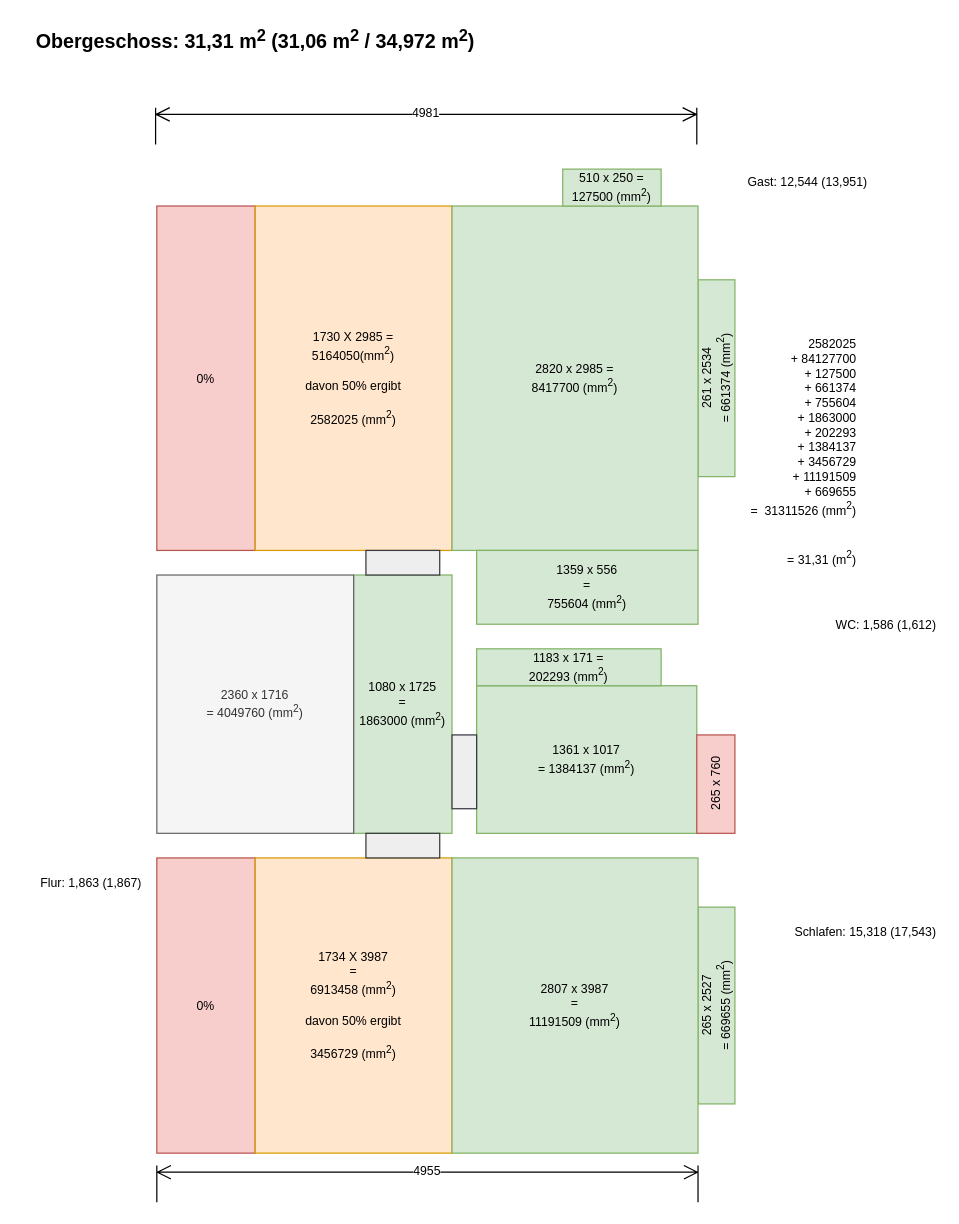
episcopus2001/wohnflaeche keeps this draw.io diagram as page "Obergeschoss" (2 of 2) of ruderzimmer.drawio. Above is the earlier version. Source tidied: cells renumbered, new cells numbered last; positions are measured from the earlier drawing's top-left corner, leaving out a move shared by most shapes. Both pictures are drawn from the tidied source at 123%, with x=0, y=0 at pixel (21, 21).
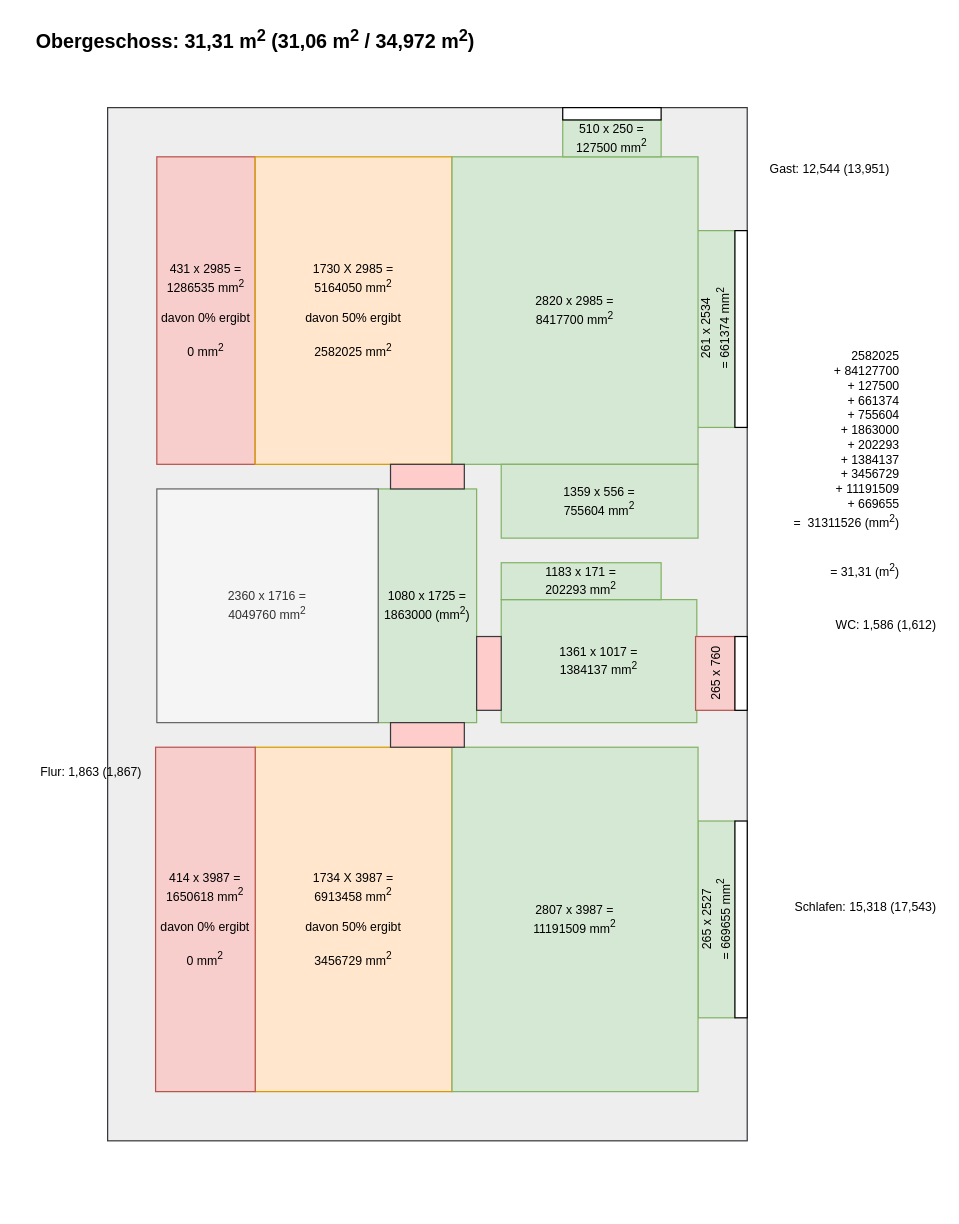
After the change.

The edit, as a diff of the source:
```diff
@@
+    <mxCell id="28" style="rounded=0;whiteSpace=wrap;html=1;fillStyle=auto;fillColor=#eeeeee;strokeColor=#36393d;" parent="1" vertex="1">
+      <mxGeometry x="70" y="70" width="520" height="840" as="geometry" />
+    </mxCell>
@@
-    <mxCell id="3" value="0%" style="rounded=0;whiteSpace=wrap;html=1;fillColor=#f8cecc;strokeColor=#b85450;fontSize=10;" parent="1" vertex="1">
-      <mxGeometry x="110" y="680" width="80" height="240" as="geometry" />
-    </mxCell>
-    <mxCell id="4" value="265 x 2527&lt;br&gt;= 669655 (mm&lt;sup&gt;2&lt;/sup&gt;)" style="rounded=0;whiteSpace=wrap;html=1;fillColor=#d5e8d4;strokeColor=#82b366;fontSize=10;horizontal=0;" parent="1" vertex="1">
-      <mxGeometry x="550" y="720" width="30" height="160" as="geometry" />
+    <mxCell id="4" value="265 x 2527&lt;br&gt;= 669655 mm&lt;sup&gt;2&lt;/sup&gt;" style="rounded=0;whiteSpace=wrap;html=1;fillColor=#d5e8d4;strokeColor=#82b366;fontSize=10;horizontal=0;" parent="1" vertex="1">
+      <mxGeometry x="550" y="650" width="30" height="160" as="geometry" />
     </mxCell>
-    <mxCell id="5" value="1734 X 3987&lt;br&gt;=&lt;br&gt;6913458 (mm&lt;sup&gt;2&lt;/sup&gt;) &lt;br&gt;&lt;br&gt;&lt;div&gt;davon 50% ergibt&lt;/div&gt;&lt;div&gt;&lt;br&gt;&lt;/div&gt;&lt;div&gt;3456729 (mm&lt;sup&gt;2&lt;/sup&gt;)&lt;/div&gt;" style="rounded=0;whiteSpace=wrap;html=1;fillColor=#ffe6cc;strokeColor=#d79b00;fontSize=10;" parent="1" vertex="1">
-      <mxGeometry x="190" y="680" width="160" height="240" as="geometry" />
+    <mxCell id="5" value="1734 X 3987 =&lt;br&gt;6913458 mm&lt;sup&gt;2&lt;/sup&gt;&lt;br&gt;&lt;br&gt;&lt;div&gt;davon 50% ergibt&lt;/div&gt;&lt;div&gt;&lt;br&gt;&lt;/div&gt;&lt;div&gt;3456729 mm&lt;sup&gt;2&lt;/sup&gt;&lt;/div&gt;" style="rounded=0;whiteSpace=wrap;html=1;fillColor=#ffe6cc;strokeColor=#d79b00;fontSize=10;" parent="1" vertex="1">
+      <mxGeometry x="190" y="590" width="160" height="280" as="geometry" />
     </mxCell>
-    <mxCell id="6" value="2807 x 3987&lt;br&gt;=&lt;br&gt;11191509 (mm&lt;sup&gt;2&lt;/sup&gt;)" style="rounded=0;whiteSpace=wrap;html=1;fillColor=#d5e8d4;strokeColor=#82b366;fontSize=10;" parent="1" vertex="1">
-      <mxGeometry x="350" y="680" width="200" height="240" as="geometry" />
+    <mxCell id="6" value="2807 x 3987 =&lt;br&gt;11191509 mm&lt;sup&gt;2&lt;/sup&gt;" style="rounded=0;whiteSpace=wrap;html=1;fillColor=#d5e8d4;strokeColor=#82b366;fontSize=10;" parent="1" vertex="1">
+      <mxGeometry x="350" y="590" width="200" height="280" as="geometry" />
     </mxCell>
     <mxCell id="7" value="2582025&lt;br&gt;+ 84127700&lt;br&gt;+ 127500&lt;br&gt;+ 661374&lt;br&gt;+ 755604&lt;br&gt;+ 1863000&lt;br&gt;+ 202293&lt;br&gt;+ 1384137&lt;br&gt;+ 3456729&lt;br&gt;+ 11191509&lt;br&gt;+ 669655&lt;br&gt;&lt;div&gt;=&amp;nbsp; 31311526 (mm&lt;sup&gt;2&lt;/sup&gt;)&lt;br&gt;&lt;/div&gt;&lt;br&gt;&lt;br&gt;= 31,31 (m&lt;sup&gt;2&lt;/sup&gt;)" style="text;html=1;strokeColor=none;fillColor=none;align=right;verticalAlign=middle;whiteSpace=wrap;rounded=0;fontSize=10;fontColor=none;" parent="1" vertex="1">
-      <mxGeometry x="581" y="330" width="100" height="40" as="geometry" />
+      <mxGeometry x="616" y="340" width="100" height="40" as="geometry" />
     </mxCell>
-    <mxCell id="8" value="0%" style="rounded=0;whiteSpace=wrap;html=1;fillColor=#f8cecc;strokeColor=#b85450;fontSize=10;" parent="1" vertex="1">
-      <mxGeometry x="110" y="150" width="80" height="280" as="geometry" />
+    <mxCell id="8" value="&lt;div&gt;431 x 2985 =&lt;br&gt;1286535 mm&lt;sup&gt;2&lt;/sup&gt;&lt;br&gt;&lt;/div&gt;&lt;div&gt;&lt;br&gt;&lt;/div&gt;&lt;div&gt;davon 0% ergibt&lt;/div&gt;&lt;div&gt;&lt;br&gt;&lt;/div&gt;&lt;div&gt;0 mm&lt;sup&gt;2&lt;/sup&gt;&lt;br&gt;&lt;/div&gt;" style="rounded=0;whiteSpace=wrap;html=1;fillColor=#f8cecc;strokeColor=#b85450;fontSize=10;" parent="1" vertex="1">
+      <mxGeometry x="110" y="110" width="80" height="250" as="geometry" />
     </mxCell>
-    <mxCell id="9" value="261 x 2534&lt;br&gt;= 661374 (mm&lt;sup&gt;2&lt;/sup&gt;)" style="rounded=0;whiteSpace=wrap;html=1;fillColor=#d5e8d4;strokeColor=#82b366;fontSize=10;horizontal=0;" parent="1" vertex="1">
-      <mxGeometry x="550" y="210" width="30" height="160" as="geometry" />
+    <mxCell id="9" value="261 x 2534&lt;br&gt;= 661374 mm&lt;sup&gt;2&lt;/sup&gt;" style="rounded=0;whiteSpace=wrap;html=1;fillColor=#d5e8d4;strokeColor=#82b366;fontSize=10;horizontal=0;" parent="1" vertex="1">
+      <mxGeometry x="549" y="170" width="31" height="160" as="geometry" />
     </mxCell>
-    <mxCell id="10" value="1730 X 2985 =&lt;br&gt;5164050(mm&lt;sup&gt;2&lt;/sup&gt;) &lt;br&gt;&lt;br&gt;&lt;div&gt;davon 50% ergibt&lt;/div&gt;&lt;div&gt;&lt;br&gt;&lt;/div&gt;&lt;div&gt;2582025 (mm&lt;sup&gt;2&lt;/sup&gt;)&lt;/div&gt;" style="rounded=0;whiteSpace=wrap;html=1;fillColor=#ffe6cc;strokeColor=#d79b00;fontSize=10;" parent="1" vertex="1">
-      <mxGeometry x="190" y="150" width="160" height="280" as="geometry" />
+    <mxCell id="10" value="1730 X 2985 =&lt;br&gt;5164050 mm&lt;sup&gt;2&lt;/sup&gt;&lt;br&gt;&lt;br&gt;&lt;div&gt;davon 50% ergibt&lt;/div&gt;&lt;div&gt;&lt;br&gt;&lt;/div&gt;&lt;div&gt;2582025 mm&lt;sup&gt;2&lt;/sup&gt;&lt;/div&gt;" style="rounded=0;whiteSpace=wrap;html=1;fillColor=#ffe6cc;strokeColor=#d79b00;fontSize=10;" parent="1" vertex="1">
+      <mxGeometry x="190" y="110" width="160" height="250" as="geometry" />
     </mxCell>
-    <mxCell id="11" value="2820 x 2985 =&lt;br&gt;8417700 (mm&lt;sup&gt;2&lt;/sup&gt;)" style="rounded=0;whiteSpace=wrap;html=1;fillColor=#d5e8d4;strokeColor=#82b366;fontSize=10;" parent="1" vertex="1">
-      <mxGeometry x="350" y="150" width="200" height="280" as="geometry" />
+    <mxCell id="11" value="2820 x 2985 =&lt;br&gt;8417700 mm&lt;sup&gt;2&lt;/sup&gt;" style="rounded=0;whiteSpace=wrap;html=1;fillColor=#d5e8d4;strokeColor=#82b366;fontSize=10;" parent="1" vertex="1">
+      <mxGeometry x="350" y="110" width="200" height="250" as="geometry" />
     </mxCell>
-    <mxCell id="12" value="1080 x 1725&lt;br&gt;=&lt;br&gt;1863000 (mm&lt;sup&gt;2&lt;/sup&gt;)" style="rounded=0;whiteSpace=wrap;html=1;fillColor=#d5e8d4;strokeColor=#82b366;fontSize=10;" parent="1" vertex="1">
-      <mxGeometry x="270" y="450" width="80" height="210" as="geometry" />
+    <mxCell id="12" value="1080 x 1725 =&lt;br&gt;1863000 (mm&lt;sup&gt;2&lt;/sup&gt;)" style="rounded=0;whiteSpace=wrap;html=1;fillColor=#d5e8d4;strokeColor=#82b366;fontSize=10;" parent="1" vertex="1">
+      <mxGeometry x="290" y="380" width="80" height="190" as="geometry" />
     </mxCell>
-    <mxCell id="13" value="1361 x 1017&lt;br&gt;= 1384137  (mm&lt;sup&gt;2&lt;/sup&gt;)" style="rounded=0;whiteSpace=wrap;html=1;fillColor=#d5e8d4;strokeColor=#82b366;fontSize=10;" parent="1" vertex="1">
-      <mxGeometry x="370" y="540" width="179" height="120" as="geometry" />
+    <mxCell id="13" value="1361 x 1017 =&lt;br&gt;1384137 mm&lt;sup&gt;2&lt;/sup&gt;" style="rounded=0;whiteSpace=wrap;html=1;fillColor=#d5e8d4;strokeColor=#82b366;fontSize=10;" parent="1" vertex="1">
+      <mxGeometry x="390" y="470" width="159" height="100" as="geometry" />
     </mxCell>
-    <mxCell id="14" value="1183 x 171 =&lt;br&gt;202293 (mm&lt;sup&gt;2&lt;/sup&gt;)" style="rounded=0;whiteSpace=wrap;html=1;fillColor=#d5e8d4;strokeColor=#82b366;fontSize=10;" parent="1" vertex="1">
-      <mxGeometry x="370" y="510" width="150" height="30" as="geometry" />
+    <mxCell id="14" value="1183 x 171 =&lt;br&gt;202293 mm&lt;sup&gt;2&lt;/sup&gt;" style="rounded=0;whiteSpace=wrap;html=1;fillColor=#d5e8d4;strokeColor=#82b366;fontSize=10;" parent="1" vertex="1">
+      <mxGeometry x="390" y="440" width="130" height="30" as="geometry" />
     </mxCell>
     <mxCell id="15" value="265 x 760" style="rounded=0;whiteSpace=wrap;html=1;fillColor=#f8cecc;strokeColor=#b85450;fontSize=10;horizontal=0;" parent="1" vertex="1">
-      <mxGeometry x="549" y="580" width="31" height="80" as="geometry" />
+      <mxGeometry x="548" y="500" width="32" height="60" as="geometry" />
     </mxCell>
-    <mxCell id="16" value="1359 x 556&lt;br&gt;=&lt;br&gt;755604 (mm&lt;sup&gt;2&lt;/sup&gt;)" style="rounded=0;whiteSpace=wrap;html=1;fillColor=#d5e8d4;strokeColor=#82b366;fontSize=10;" parent="1" vertex="1">
-      <mxGeometry x="370" y="430" width="180" height="60" as="geometry" />
+    <mxCell id="16" value="1359 x 556 =&lt;br&gt;755604 mm&lt;sup&gt;2&lt;/sup&gt;" style="rounded=0;whiteSpace=wrap;html=1;fillColor=#d5e8d4;strokeColor=#82b366;fontSize=10;" parent="1" vertex="1">
+      <mxGeometry x="390" y="360" width="160" height="60" as="geometry" />
     </mxCell>
-    <mxCell id="17" value="510 x 250 =&lt;br&gt;127500 (mm&lt;sup&gt;2&lt;/sup&gt;)" style="rounded=0;whiteSpace=wrap;html=1;fillColor=#d5e8d4;strokeColor=#82b366;fontSize=10;" parent="1" vertex="1">
-      <mxGeometry x="440" y="120" width="80" height="30" as="geometry" />
+    <mxCell id="17" value="510 x 250 =&lt;br&gt;127500 mm&lt;sup&gt;2&lt;/sup&gt;" style="rounded=0;whiteSpace=wrap;html=1;fillColor=#d5e8d4;strokeColor=#82b366;fontSize=10;" parent="1" vertex="1">
+      <mxGeometry x="440" y="80" width="80" height="30" as="geometry" />
     </mxCell>
@@
     <mxCell id="19" value="Flur: 1,863 (1,867)" style="text;html=1;strokeColor=none;fillColor=none;align=right;verticalAlign=middle;whiteSpace=wrap;rounded=0;fontSize=10;fontColor=none;" parent="1" vertex="1">
-      <mxGeometry y="680" width="100" height="40" as="geometry" />
+      <mxGeometry y="590" width="100" height="40" as="geometry" />
     </mxCell>
     <mxCell id="20" value="Schlafen: 15,318 (17,543)" style="text;html=1;strokeColor=none;fillColor=none;align=right;verticalAlign=middle;whiteSpace=wrap;rounded=0;fontSize=10;fontColor=none;" parent="1" vertex="1">
-      <mxGeometry x="586" y="720" width="160" height="40" as="geometry" />
+      <mxGeometry x="586" y="700" width="160" height="40" as="geometry" />
     </mxCell>
     <mxCell id="21" value="Gast: 12,544 (13,951)" style="text;html=1;strokeColor=none;fillColor=none;align=right;verticalAlign=middle;whiteSpace=wrap;rounded=0;fontSize=10;fontColor=none;" parent="1" vertex="1">
-      <mxGeometry x="530" y="110" width="160" height="40" as="geometry" />
+      <mxGeometry x="548" y="100" width="160" height="40" as="geometry" />
     </mxCell>
-    <mxCell id="22" value="4981" style="shape=dimension;direction=west;whiteSpace=wrap;html=1;align=center;verticalAlign=top;spacingTop=-8;labelBackgroundColor=#ffffff;fontSize=10;" parent="1" vertex="1">
-      <mxGeometry x="109" y="70" width="440" height="30" as="geometry" />
-    </mxCell>
-    <mxCell id="23" value="4955" style="shape=dimension;direction=west;whiteSpace=wrap;html=1;align=center;verticalAlign=top;spacingTop=-8;labelBackgroundColor=#ffffff;fontSize=10;" parent="1" vertex="1">
-      <mxGeometry x="110" y="930" width="440" height="30" as="geometry" />
-    </mxCell>
-    <mxCell id="24" value="2360 x 1716&lt;br&gt;= 4049760 (mm&lt;sup&gt;2&lt;/sup&gt;)" style="rounded=0;whiteSpace=wrap;html=1;fillColor=#f5f5f5;strokeColor=#666666;fontSize=10;fontColor=#333333;" parent="1" vertex="1">
-      <mxGeometry x="110" y="450" width="160" height="210" as="geometry" />
+    <mxCell id="24" value="&lt;div&gt;2360 x 1716 =&lt;/div&gt;&lt;div&gt;4049760 mm&lt;sup&gt;2&lt;/sup&gt;&lt;/div&gt;" style="rounded=0;whiteSpace=wrap;html=1;fillColor=#f5f5f5;strokeColor=#666666;fontSize=10;fontColor=#333333;" parent="1" vertex="1">
+      <mxGeometry x="110" y="380" width="180" height="190" as="geometry" />
     </mxCell>
-    <mxCell id="25" style="rounded=0;whiteSpace=wrap;html=1;fillColor=#eeeeee;strokeColor=#36393d;" parent="1" vertex="1">
-      <mxGeometry x="280" y="660" width="60" height="20" as="geometry" />
+    <mxCell id="25" style="rounded=0;whiteSpace=wrap;html=1;fillColor=#ffcccc;strokeColor=#36393d;" parent="1" vertex="1">
+      <mxGeometry x="300" y="570" width="60" height="20" as="geometry" />
     </mxCell>
-    <mxCell id="26" style="rounded=0;whiteSpace=wrap;html=1;fillColor=#eeeeee;strokeColor=#36393d;" parent="1" vertex="1">
-      <mxGeometry x="280" y="430" width="60" height="20" as="geometry" />
+    <mxCell id="26" style="rounded=0;whiteSpace=wrap;html=1;fillColor=#ffcccc;strokeColor=#36393d;" parent="1" vertex="1">
+      <mxGeometry x="300" y="360" width="60" height="20" as="geometry" />
     </mxCell>
-    <mxCell id="27" style="rounded=0;whiteSpace=wrap;html=1;fillColor=#eeeeee;strokeColor=#36393d;" parent="1" vertex="1">
-      <mxGeometry x="350" y="580" width="20" height="60" as="geometry" />
+    <mxCell id="27" style="rounded=0;whiteSpace=wrap;html=1;fillColor=#ffcccc;strokeColor=#36393d;" parent="1" vertex="1">
+      <mxGeometry x="370" y="500" width="20" height="60" as="geometry" />
     </mxCell>
+    <mxCell id="29" value="&lt;div&gt;414 x 3987 =&lt;br&gt;1650618 mm&lt;sup&gt;2&lt;/sup&gt;&lt;br&gt;&lt;/div&gt;&lt;div&gt;&lt;br&gt;&lt;/div&gt;&lt;div&gt;davon 0% ergibt&lt;/div&gt;&lt;div&gt;&lt;br&gt;&lt;/div&gt;&lt;div&gt;0 mm&lt;sup&gt;2&lt;/sup&gt;&lt;br&gt;&lt;/div&gt;" style="rounded=0;whiteSpace=wrap;html=1;fillColor=#f8cecc;strokeColor=#b85450;fontSize=10;" parent="1" vertex="1">
+      <mxGeometry x="109" y="590" width="81" height="280" as="geometry" />
+    </mxCell>
+    <mxCell id="30" style="rounded=0;whiteSpace=wrap;html=1;" parent="1" vertex="1">
+      <mxGeometry x="440" y="70" width="80" height="10" as="geometry" />
+    </mxCell>
+    <mxCell id="31" style="rounded=0;whiteSpace=wrap;html=1;" parent="1" vertex="1">
+      <mxGeometry x="580" y="170" width="10" height="160" as="geometry" />
+    </mxCell>
+    <mxCell id="32" style="rounded=0;whiteSpace=wrap;html=1;" parent="1" vertex="1">
+      <mxGeometry x="580" y="500" width="10" height="60" as="geometry" />
+    </mxCell>
+    <mxCell id="33" style="rounded=0;whiteSpace=wrap;html=1;" parent="1" vertex="1">
+      <mxGeometry x="580" y="650" width="10" height="160" as="geometry" />
+    </mxCell>
```
